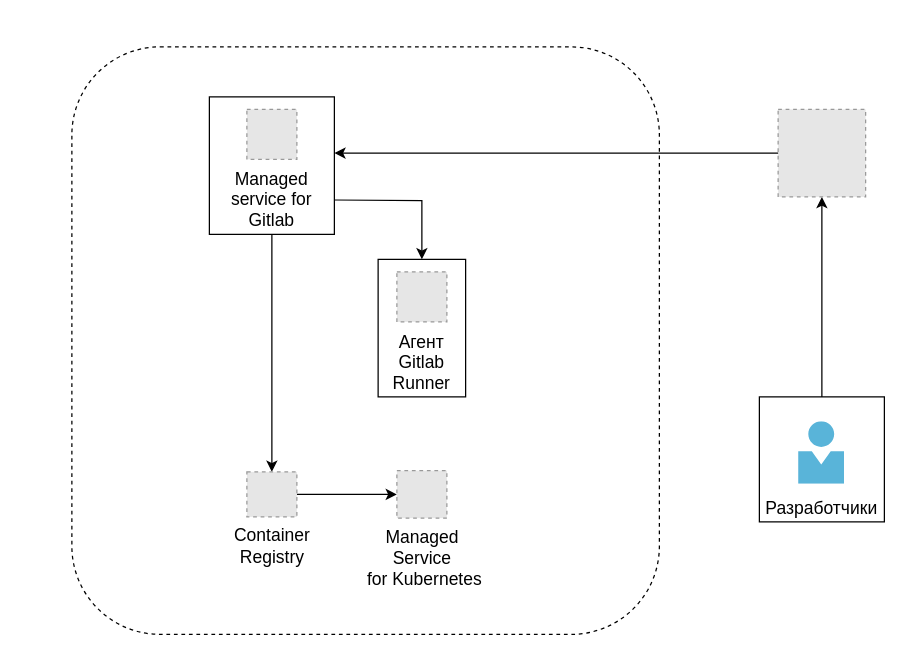
The draw.io diagram Диаграмма без названия.drawio in vovinski/ITMO_diplom, before the edit. Source tidied: cells renumbered, new cells numbered last; positions are measured from the earlier drawing's top-left corner, leaving out a move shared by most shapes. Both pictures are drawn from the tidied source at 125%, with x=0, y=0 at pixel (71, 46). Pictures stored in the file or linked from it are replaced by grey dashed boxes.
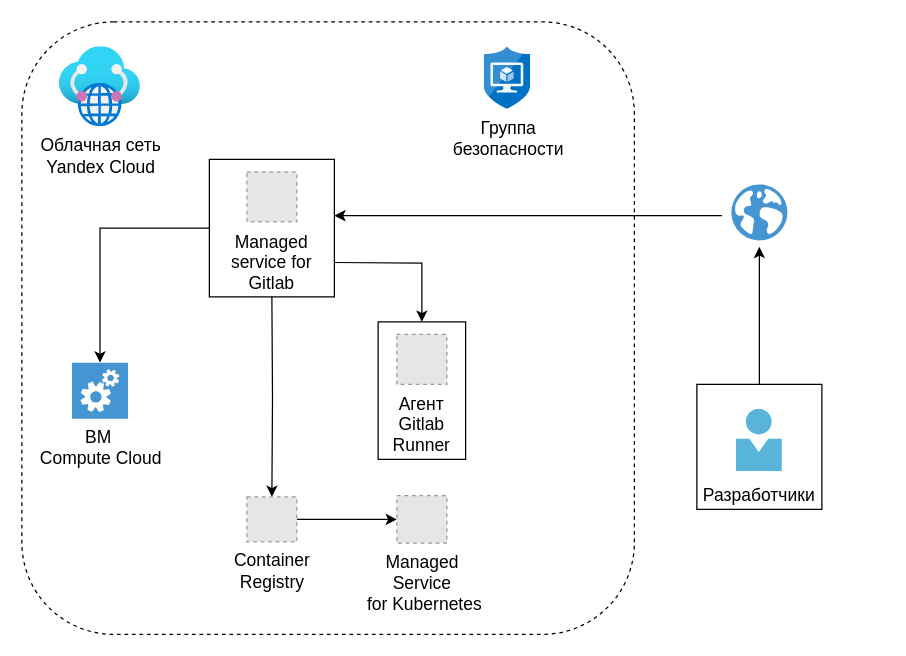
The same diagram, later.

The edit, as a diff of the source:
```diff
@@
     <mxCell id="2" style="whiteSpace=wrap;html=1;fillColor=none;dashed=1;rounded=1;" parent="1" vertex="1">
-      <mxGeometry width="470" height="470" as="geometry" />
+      <mxGeometry x="-40" y="-20" width="490" height="490" as="geometry" />
     </mxCell>
-    <mxCell id="3" style="edgeStyle=orthogonalEdgeStyle;rounded=0;jettySize=auto;html=1;entryX=0.5;entryY=1;entryDx=0;entryDy=0;" parent="1" edge="1" source="4" target="6">
+    <mxCell id="3" style="edgeStyle=orthogonalEdgeStyle;rounded=0;jettySize=auto;html=1;entryX=0.5;entryY=1.116;entryDx=0;entryDy=0;entryPerimeter=0;" parent="1" edge="1" source="4" target="20">
       <mxGeometry relative="1" as="geometry" />
     </mxCell>
     <mxCell id="4" value="Разработчики" style="whiteSpace=wrap;html=1;fillColor=none;verticalAlign=bottom;fontSize=14;" parent="1" vertex="1">
-      <mxGeometry x="550" y="280" width="100" height="100" as="geometry" />
+      <mxGeometry x="500" y="270" width="100" height="100" as="geometry" />
     </mxCell>
     <mxCell id="5" style="image;sketch=0;html=1;align=center;fontSize=12;image=img/lib/mscae/Person.svg;" parent="1" vertex="1">
-      <mxGeometry x="581.5" y="300" width="37" height="50" as="geometry" />
+      <mxGeometry x="531.5" y="290" width="37" height="50" as="geometry" />
     </mxCell>
-    <mxCell id="6" style="fillColor=#E6E6E6;strokeColor=#999999;dashed=1;html=1;verticalAlign=top;verticalLabelPosition=bottom;labelBackgroundColor=#ffffff;" parent="1" vertex="1">
-      <mxGeometry x="565" y="50" width="70" height="70" as="geometry" />
-    </mxCell>
-    <mxCell id="7" style="edgeStyle=orthogonalEdgeStyle;rounded=0;jettySize=auto;html=1;entryX=0.5;entryY=0;entryDx=0;entryDy=0;" parent="1" edge="1" source="8" target="15">
-      <mxGeometry relative="1" as="geometry" />
+    <mxCell id="7" style="edgeStyle=orthogonalEdgeStyle;rounded=0;jettySize=auto;html=1;entryX=0.5;entryY=0;entryDx=0;entryDy=0;" parent="1" edge="1" target="15">
+      <mxGeometry relative="1" as="geometry">
+        <mxPoint x="160" y="200" as="sourcePoint" />
+      </mxGeometry>
     </mxCell>
+    <mxCell id="17" style="edgeStyle=orthogonalEdgeStyle;rounded=0;jettySize=auto;html=1;" parent="1" edge="1" source="8" target="21">
+      <mxGeometry relative="1" as="geometry" />
+    </mxCell>
     <mxCell id="8" value="Managed service for Gitlab" style="whiteSpace=wrap;html=1;fillColor=none;verticalAlign=bottom;fontSize=14;" parent="1" vertex="1">
-      <mxGeometry x="110" y="40" width="100" height="110" as="geometry" />
+      <mxGeometry x="110" y="90" width="100" height="110" as="geometry" />
     </mxCell>
     <mxCell id="9" style="fillColor=#E6E6E6;strokeColor=#999999;dashed=1;html=1;verticalAlign=top;verticalLabelPosition=bottom;labelBackgroundColor=#ffffff;" parent="1" vertex="1">
-      <mxGeometry x="140" y="50" width="40" height="40" as="geometry" />
+      <mxGeometry x="140" y="100" width="40" height="40" as="geometry" />
     </mxCell>
-    <mxCell id="10" style="edgeStyle=orthogonalEdgeStyle;rounded=0;jettySize=auto;html=1;entryX=1;entryY=0.409;entryDx=0;entryDy=0;entryPerimeter=0;" parent="1" edge="1" source="6" target="8">
-      <mxGeometry relative="1" as="geometry" />
+    <mxCell id="10" style="edgeStyle=orthogonalEdgeStyle;rounded=0;orthogonalLoop=1;jettySize=auto;html=1;entryX=1;entryY=0.409;entryDx=0;entryDy=0;entryPerimeter=0;" parent="1" edge="1">
+      <mxGeometry relative="1" as="geometry">
+        <mxPoint x="520" y="135" as="sourcePoint" />
+        <mxPoint x="210" y="135" as="targetPoint" />
+      </mxGeometry>
     </mxCell>
     <mxCell id="11" value="Агент Gitlab Runner" style="whiteSpace=wrap;html=1;fillColor=none;verticalAlign=bottom;fontSize=14;" parent="1" vertex="1">
-      <mxGeometry x="245" y="170" width="70" height="110" as="geometry" />
+      <mxGeometry x="245" y="220" width="70" height="110" as="geometry" />
     </mxCell>
     <mxCell id="12" style="fillColor=#E6E6E6;strokeColor=#999999;dashed=1;html=1;verticalAlign=top;verticalLabelPosition=bottom;labelBackgroundColor=#ffffff;" parent="1" vertex="1">
-      <mxGeometry x="260" y="180" width="40" height="40" as="geometry" />
+      <mxGeometry x="260" y="230" width="40" height="40" as="geometry" />
     </mxCell>
-    <mxCell id="13" style="endArrow=classic;html=1;rounded=0;exitX=1;exitY=0.75;exitDx=0;exitDy=0;entryX=0.5;entryY=0;entryDx=0;entryDy=0;" parent="1" edge="1" source="8" target="11">
+    <mxCell id="13" style="endArrow=classic;html=1;rounded=0;exitX=1;exitY=0.75;exitDx=0;exitDy=0;entryX=0.5;entryY=0;entryDx=0;entryDy=0;" parent="1" edge="1" target="11">
       <mxGeometry relative="1" as="geometry">
+        <mxPoint x="210" y="172.5" as="sourcePoint" />
         <Array as="points">
-          <mxPoint x="280" y="123" />
+          <mxPoint x="280" y="173" />
         </Array>
       </mxGeometry>
     </mxCell>
@@
     <mxCell id="15" value="&lt;div style=&quot;font-size: 14px;&quot;&gt;Container&lt;/div&gt;&lt;div style=&quot;font-size: 14px;&quot;&gt;Registry&lt;/div&gt;" style="fillColor=#E6E6E6;strokeColor=#999999;dashed=1;html=1;verticalLabelPosition=bottom;labelBackgroundColor=#ffffff;verticalAlign=top;" parent="1" vertex="1">
-      <mxGeometry x="140" y="340" width="40" height="36" as="geometry" />
+      <mxGeometry x="140" y="360" width="40" height="36" as="geometry" />
     </mxCell>
     <mxCell id="16" value="&lt;div style=&quot;font-size: 14px;&quot;&gt;&lt;font style=&quot;font-size: 14px;&quot;&gt;Managed&lt;/font&gt;&lt;/div&gt;&lt;div style=&quot;font-size: 14px;&quot;&gt;&lt;font style=&quot;font-size: 14px;&quot;&gt;Service&lt;/font&gt;&lt;/div&gt;&lt;div style=&quot;font-size: 14px;&quot;&gt;&lt;font style=&quot;font-size: 14px;&quot;&gt;&amp;nbsp;for Kubernetes&lt;/font&gt;&lt;/div&gt;" style="fillColor=#E6E6E6;strokeColor=#999999;dashed=1;html=1;verticalLabelPosition=bottom;labelBackgroundColor=#ffffff;verticalAlign=top;fontColor=default;" parent="1" vertex="1">
-      <mxGeometry x="260" y="339" width="40" height="38" as="geometry" />
+      <mxGeometry x="260" y="359" width="40" height="38" as="geometry" />
     </mxCell>
+    <mxCell id="18" value="&lt;div style=&quot;font-size: 14px;&quot;&gt;&lt;font style=&quot;font-size: 14px;&quot;&gt;Облачная сеть&lt;/font&gt;&lt;/div&gt;&lt;div style=&quot;font-size: 14px;&quot;&gt;&lt;font style=&quot;font-size: 14px;&quot;&gt;Yandex Cloud&lt;/font&gt;&lt;/div&gt;" style="image;html=1;align=center;fontSize=12;image=img/lib/azure2/networking/Virtual_WANs.svg;" parent="1" vertex="1">
+      <mxGeometry x="-10" width="65" height="64" as="geometry" />
+    </mxCell>
+    <mxCell id="19" value="&lt;div style=&quot;font-size: 14px;&quot;&gt;&lt;font style=&quot;font-size: 14px;&quot;&gt;Группа&lt;/font&gt;&lt;/div&gt;&lt;div style=&quot;font-size: 14px;&quot;&gt;&lt;font style=&quot;font-size: 14px;&quot;&gt;безопасности&lt;/font&gt;&lt;/div&gt;" style="image;sketch=0;html=1;align=center;fontSize=12;image=img/lib/mscae/Application_Security_Groups.svg;" parent="1" vertex="1">
+      <mxGeometry x="330" width="37" height="50" as="geometry" />
+    </mxCell>
+    <mxCell id="20" style="shadow=0;dashed=0;html=1;strokeColor=none;fillColor=#4495D1;labelPosition=center;verticalLabelPosition=bottom;verticalAlign=top;align=center;outlineConnect=0;shape=mxgraph.veeam.globe;" parent="1" vertex="1">
+      <mxGeometry x="527.6" y="110" width="44.8" height="44.8" as="geometry" />
+    </mxCell>
+    <mxCell id="21" value="&lt;div style=&quot;font-size: 14px;&quot;&gt;&lt;font style=&quot;font-size: 14px;&quot;&gt;ВМ&amp;nbsp;&lt;/font&gt;&lt;/div&gt;&lt;div style=&quot;font-size: 14px;&quot;&gt;&lt;font style=&quot;font-size: 14px;&quot;&gt;Compute Cloud&lt;/font&gt;&lt;/div&gt;" style="shadow=0;dashed=0;html=1;strokeColor=none;fillColor=#4495D1;labelPosition=center;verticalLabelPosition=bottom;verticalAlign=top;align=center;outlineConnect=0;shape=mxgraph.veeam.automated_testing;" parent="1" vertex="1">
+      <mxGeometry x="0.1" y="252.6" width="44.8" height="44.8" as="geometry" />
+    </mxCell>
```
